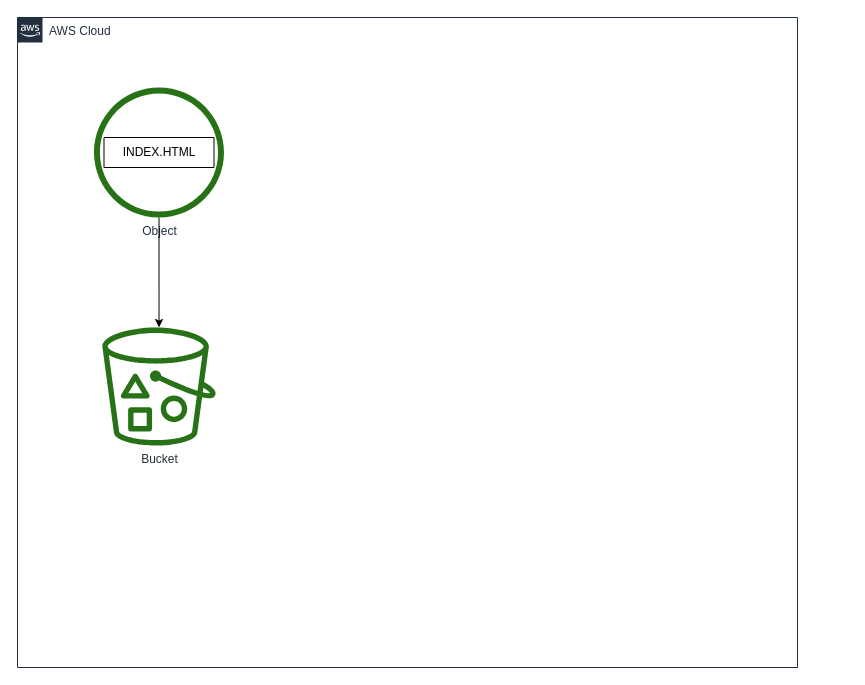
Before: Diagrama sem nome.drawio in mar1tomaz/TCC_EDN_G6_site, a draw.io diagram. Source tidied: cells renumbered, new cells numbered last; positions are measured from the earlier drawing's top-left corner, leaving out a move shared by most shapes. Both pictures are drawn from the tidied source at 100%, with x=0, y=0 at pixel (17, 17).
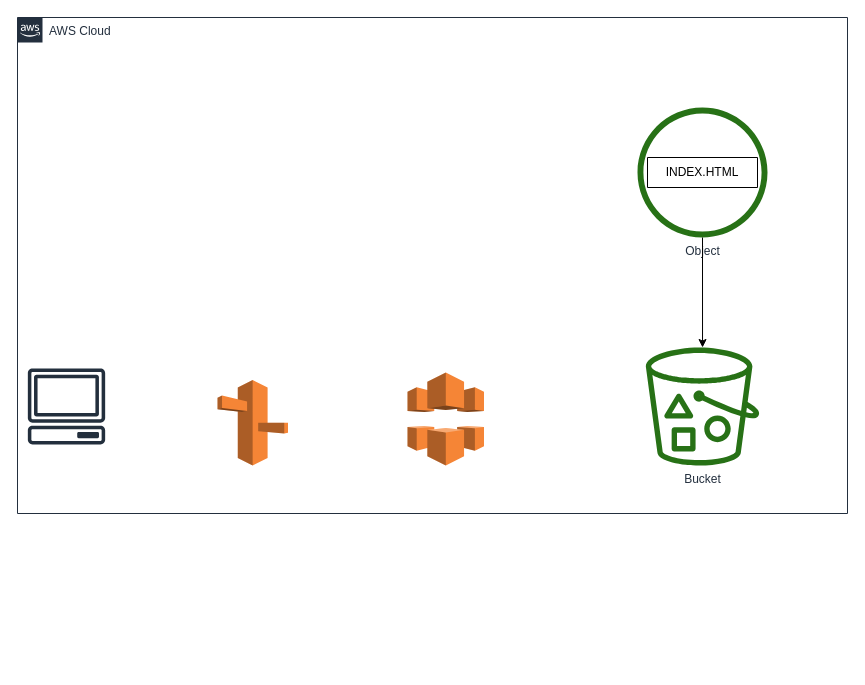
Above is the later version.

What changed in the source:
```diff
@@
 <mxGraphModel>
   <root>
     <mxCell id="0" />
     <mxCell id="1" parent="0" />
     <mxCell id="2" value="AWS Cloud" style="gradientColor=none;html=1;whiteSpace=wrap;fontSize=12;fontStyle=0;shape=mxgraph.aws4.group;grIcon=mxgraph.aws4.group_aws_cloud_alt;strokeColor=#232F3E;fillColor=none;verticalAlign=top;align=left;spacingLeft=30;fontColor=#232F3E;dashed=0;labelBackgroundColor=#ffffff;" parent="1" vertex="1">
-      <mxGeometry width="780" height="650" as="geometry" />
+      <mxGeometry width="830" height="496" as="geometry" />
     </mxCell>
     <mxCell id="3" value="Bucket" style="outlineConnect=0;fontColor=#232F3E;gradientColor=none;fillColor=#277116;strokeColor=none;dashed=0;verticalLabelPosition=bottom;verticalAlign=top;align=center;html=1;fontSize=12;fontStyle=0;shape=mxgraph.aws4.bucket_with_objects;labelBackgroundColor=#ffffff;" parent="2" vertex="1">
-      <mxGeometry x="84.8" y="310" width="113.5" height="118" as="geometry" />
+      <mxGeometry x="628.3" y="330" width="113.5" height="118" as="geometry" />
     </mxCell>
     <mxCell id="4" value="Object" style="outlineConnect=0;fontColor=#232F3E;gradientColor=none;fillColor=#277116;strokeColor=none;dashed=0;verticalLabelPosition=bottom;verticalAlign=top;align=center;html=1;fontSize=12;fontStyle=0;shape=mxgraph.aws4.object;labelBackgroundColor=#ffffff;" parent="2" vertex="1">
-      <mxGeometry x="76.5" y="70" width="130" height="130" as="geometry" />
+      <mxGeometry x="620" y="90" width="130" height="130" as="geometry" />
     </mxCell>
     <mxCell id="5" value="INDEX.HTML" style="swimlane;fontStyle=0;horizontal=1;startSize=30;whiteSpace=wrap;html=1;" parent="2" vertex="1" collapsed="1">
-      <mxGeometry x="86.5" y="120" width="110" height="30" as="geometry" />
+      <mxGeometry x="630" y="140" width="110" height="30" as="geometry" />
     </mxCell>
     <mxCell id="6" style="endArrow=classic;html=1;rounded=0;" parent="2" edge="1" source="4" target="3">
       <mxGeometry relative="1" as="geometry" />
     </mxCell>
+    <mxCell id="7" style="sketch=0;fontColor=#232F3E;gradientColor=none;fillColor=#232F3D;strokeColor=none;dashed=0;verticalLabelPosition=bottom;verticalAlign=top;align=center;html=1;fontSize=12;fontStyle=0;shape=mxgraph.aws4.client;" parent="2" vertex="1">
+      <mxGeometry x="10" y="351" width="78" height="76" as="geometry" />
+    </mxCell>
+    <mxCell id="8" style="dashed=0;verticalLabelPosition=bottom;verticalAlign=top;align=center;html=1;shape=mxgraph.aws3.cloudfront;fillColor=#F58536;gradientColor=none;" parent="2" vertex="1">
+      <mxGeometry x="390" y="355" width="76.5" height="93" as="geometry" />
+    </mxCell>
+    <mxCell id="9" style="dashed=0;verticalLabelPosition=bottom;verticalAlign=top;align=center;html=1;shape=mxgraph.aws3.route_53;fillColor=#F58536;gradientColor=none;" parent="2" vertex="1">
+      <mxGeometry x="200" y="362.5" width="70.5" height="85.5" as="geometry" />
+    </mxCell>
   </root>
 </mxGraphModel>
```
